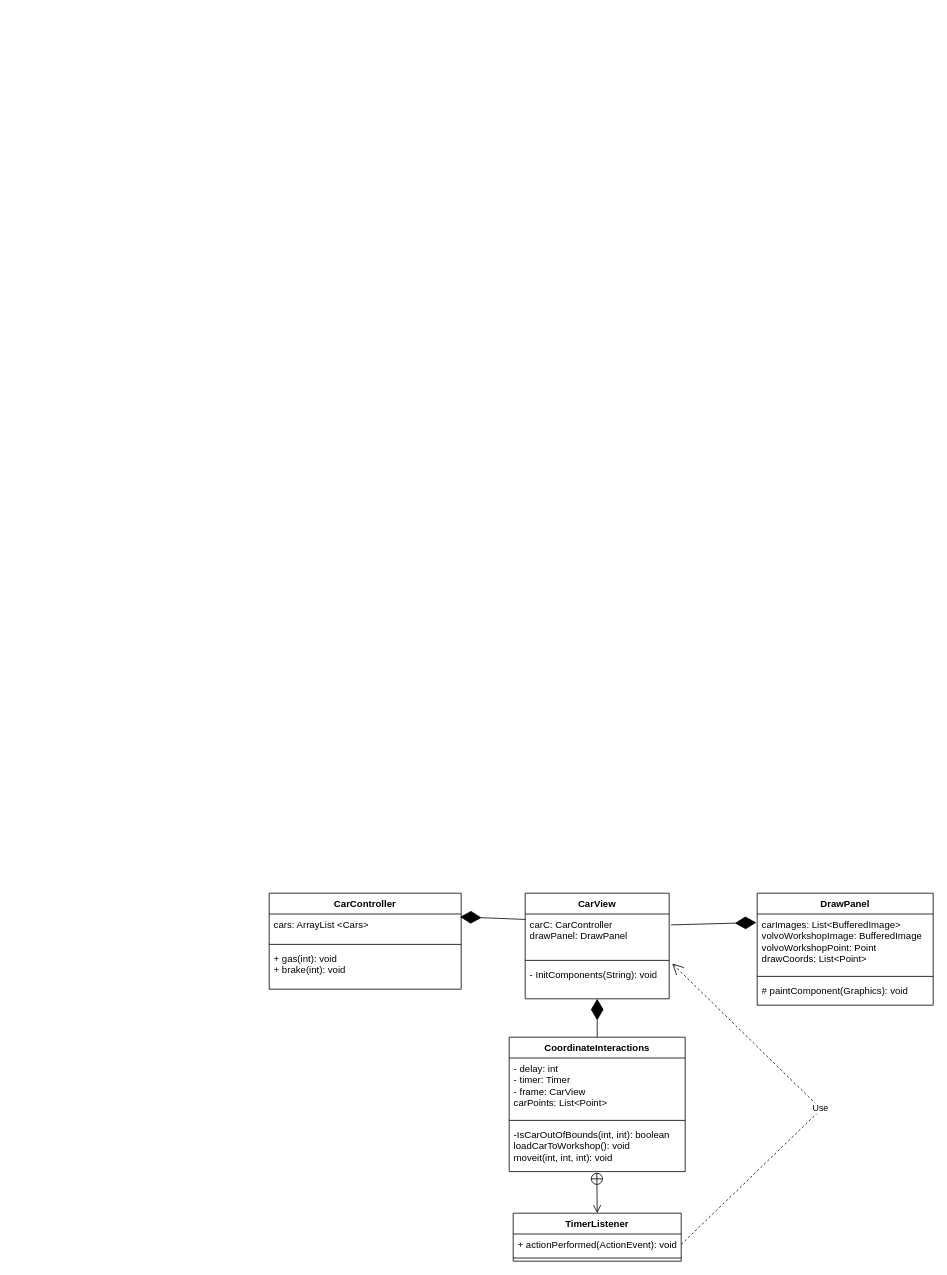
Earlier version of the draw.io diagram Untitled Diagram.drawio (SamuelBorlin/lab3-grupp-1). Source tidied: cells renumbered, new cells numbered last; positions are measured from the earlier drawing's top-left corner, leaving out a move shared by most shapes. Both pictures are drawn from the tidied source at 80%, with x=0, y=0 at pixel (269, 893).
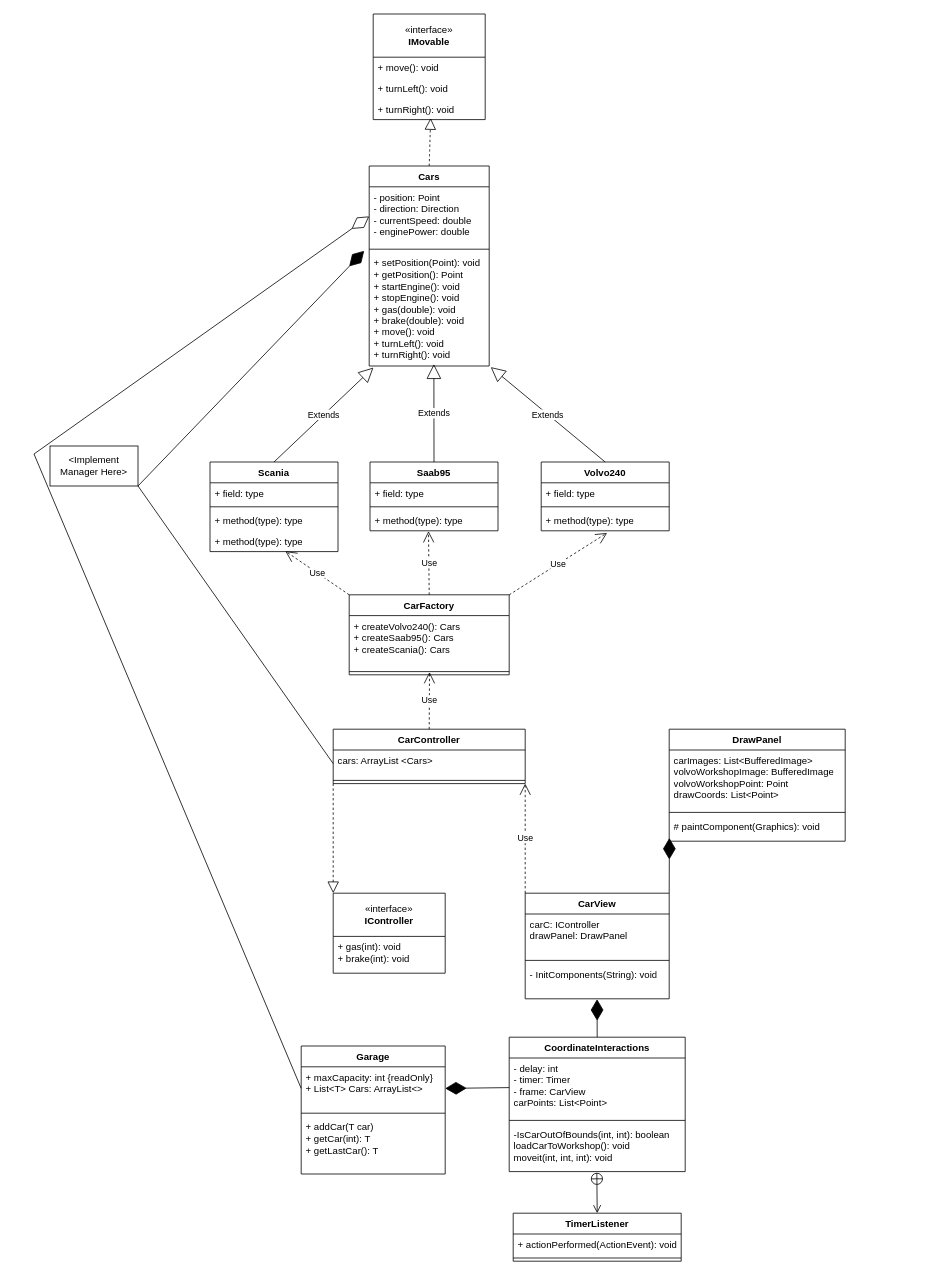
Above is the later version.

Unchanged cells that the change refers to:
```xml
<mxCell id="3" value="&lt;div&gt;cars: ArrayList &amp;lt;Cars&amp;gt;&lt;/div&gt;" style="text;strokeColor=none;fillColor=none;align=left;verticalAlign=top;spacingLeft=4;spacingRight=4;overflow=hidden;points=[[0,0.5],[1,0.5]];portConstraint=eastwest;whiteSpace=wrap;html=1;" parent="2" vertex="1">
  <mxGeometry y="26" width="240" height="34" as="geometry" />
</mxCell>
<mxCell id="6" value="CarView" style="swimlane;fontStyle=1;align=center;verticalAlign=top;horizontal=1;startSize=26;whiteSpace=wrap;html=1;" parent="1" vertex="1">
  <mxGeometry x="320" width="180" height="132" as="geometry" />
</mxCell>
<mxCell id="9" value="- InitComponents(String): void" style="text;strokeColor=none;fillColor=none;align=left;verticalAlign=top;spacingLeft=4;spacingRight=4;overflow=hidden;points=[[0,0.5],[1,0.5]];portConstraint=eastwest;whiteSpace=wrap;html=1;" parent="6" vertex="1">
  <mxGeometry y="88" width="180" height="44" as="geometry" />
</mxCell>
<mxCell id="11" value="&lt;div&gt;carImages: List&amp;lt;BufferedImage&amp;gt;&lt;/div&gt;&lt;div&gt;volvoWorkshopImage: BufferedImage&lt;/div&gt;&lt;div&gt;volvoWorkshopPoint: Point&lt;/div&gt;&lt;div&gt;drawCoords: List&amp;lt;Point&amp;gt;&lt;/div&gt;&lt;div&gt;&lt;br&gt;&lt;/div&gt;" style="text;strokeColor=none;fillColor=none;align=left;verticalAlign=top;spacingLeft=4;spacingRight=4;overflow=hidden;points=[[0,0.5],[1,0.5]];portConstraint=eastwest;whiteSpace=wrap;html=1;" parent="10" vertex="1">
  <mxGeometry y="26" width="220" height="74" as="geometry" />
</mxCell>
<mxCell id="13" value="&lt;div&gt;# paintComponent(Graphics): void&lt;/div&gt;" style="text;strokeColor=none;fillColor=none;align=left;verticalAlign=top;spacingLeft=4;spacingRight=4;overflow=hidden;points=[[0,0.5],[1,0.5]];portConstraint=eastwest;whiteSpace=wrap;html=1;" parent="10" vertex="1">
  <mxGeometry y="108" width="220" height="32" as="geometry" />
</mxCell>
<mxCell id="14" value="CoordinateInteractions" style="swimlane;fontStyle=1;align=center;verticalAlign=top;horizontal=1;startSize=26;whiteSpace=wrap;html=1;" parent="1" vertex="1">
  <mxGeometry x="300" y="180" width="220" height="168" as="geometry" />
</mxCell>
<mxCell id="15" value="&lt;div&gt;&lt;div&gt;- delay: int&lt;/div&gt;&lt;div&gt;- timer: Timer&lt;/div&gt;&lt;/div&gt;&lt;div&gt;- frame: CarView&lt;/div&gt;&lt;div&gt;carPoints: List&amp;lt;Point&amp;gt;&lt;/div&gt;" style="text;strokeColor=none;fillColor=none;align=left;verticalAlign=top;spacingLeft=4;spacingRight=4;overflow=hidden;points=[[0,0.5],[1,0.5]];portConstraint=eastwest;whiteSpace=wrap;html=1;" parent="14" vertex="1">
  <mxGeometry y="26" width="220" height="74" as="geometry" />
</mxCell>
<mxCell id="19" value="+ actionPerformed(ActionEvent): void" style="text;strokeColor=none;fillColor=none;align=left;verticalAlign=top;spacingLeft=4;spacingRight=4;overflow=hidden;points=[[0,0.5],[1,0.5]];portConstraint=eastwest;whiteSpace=wrap;html=1;" parent="18" vertex="1">
  <mxGeometry y="26" width="210" height="26" as="geometry" />
</mxCell>
```

The edit, as a diff of the source:
```diff
@@
     <mxCell id="2" value="CarController" style="swimlane;fontStyle=1;align=center;verticalAlign=top;horizontal=1;startSize=26;whiteSpace=wrap;html=1;" parent="1" vertex="1">
-      <mxGeometry width="240" height="120" as="geometry" />
+      <mxGeometry x="80" y="-205" width="240" height="68" as="geometry" />
     </mxCell>
@@
-    <mxCell id="5" value="&lt;div&gt;+ gas(int): void&lt;/div&gt;&lt;div&gt;+ brake(int): void&lt;/div&gt;" style="text;strokeColor=none;fillColor=none;align=left;verticalAlign=top;spacingLeft=4;spacingRight=4;overflow=hidden;whiteSpace=wrap;html=1;" parent="2" vertex="1">
-      <mxGeometry y="68" width="240" height="52" as="geometry" />
-    </mxCell>
@@
-    <mxCell id="7" value="&lt;div&gt;carC: CarController&lt;/div&gt;&lt;div&gt;drawPanel: DrawPanel&lt;/div&gt;" style="text;strokeColor=none;fillColor=none;align=left;verticalAlign=top;spacingLeft=4;spacingRight=4;overflow=hidden;points=[[0,0.5],[1,0.5]];portConstraint=eastwest;whiteSpace=wrap;html=1;" parent="6" vertex="1">
+    <mxCell id="7" value="&lt;div&gt;carC: IController&lt;/div&gt;&lt;div&gt;drawPanel: DrawPanel&lt;/div&gt;" style="text;strokeColor=none;fillColor=none;align=left;verticalAlign=top;spacingLeft=4;spacingRight=4;overflow=hidden;points=[[0,0.5],[1,0.5]];portConstraint=eastwest;whiteSpace=wrap;html=1;" parent="6" vertex="1">
       <mxGeometry y="26" width="180" height="54" as="geometry" />
     </mxCell>
@@
     <mxCell id="10" value="DrawPanel" style="swimlane;fontStyle=1;align=center;verticalAlign=top;horizontal=1;startSize=26;whiteSpace=wrap;html=1;" parent="1" vertex="1">
-      <mxGeometry x="610" width="220" height="140" as="geometry" />
+      <mxGeometry x="500" y="-205" width="220" height="140" as="geometry" />
     </mxCell>
@@
-    <mxCell id="22" style="endArrow=diamondThin;endFill=1;endSize=24;html=1;rounded=0;exitX=0.002;exitY=0.126;exitDx=0;exitDy=0;exitPerimeter=0;entryX=0.994;entryY=0.105;entryDx=0;entryDy=0;entryPerimeter=0;" parent="1" edge="1" source="7" target="3">
-      <mxGeometry relative="1" as="geometry" />
-    </mxCell>
-    <mxCell id="23" style="endArrow=diamondThin;endFill=1;endSize=24;html=1;rounded=0;exitX=0.5;exitY=0;exitDx=0;exitDy=0;" parent="1" edge="1" source="14" target="9">
+    <mxCell id="23" style="endArrow=diamondThin;endFill=1;endSize=24;html=1;rounded=0;exitX=0.5;exitY=0;exitDx=0;exitDy=0;entryX=0.499;entryY=1.011;entryDx=0;entryDy=0;entryPerimeter=0;" parent="1" edge="1" source="14" target="9">
       <mxGeometry relative="1" as="geometry" />
     </mxCell>
-    <mxCell id="24" style="endArrow=diamondThin;endFill=1;endSize=24;html=1;rounded=0;entryX=-0.005;entryY=0.145;entryDx=0;entryDy=0;entryPerimeter=0;exitX=1.013;exitY=0.252;exitDx=0;exitDy=0;exitPerimeter=0;" parent="1" edge="1" source="7" target="11">
+    <mxCell id="24" style="endArrow=diamondThin;endFill=1;endSize=24;html=1;rounded=0;entryX=0.001;entryY=0.875;entryDx=0;entryDy=0;exitX=1;exitY=0;exitDx=0;exitDy=0;entryPerimeter=0;" parent="1" edge="1" source="6" target="13">
       <mxGeometry relative="1" as="geometry" />
     </mxCell>
-    <mxCell id="25" value="Use" style="endArrow=open;endSize=12;dashed=1;html=1;rounded=0;exitX=1;exitY=0.5;exitDx=0;exitDy=0;entryX=1.021;entryY=-0.004;entryDx=0;entryDy=0;entryPerimeter=0;" parent="1" edge="1" source="19" target="9">
-      <mxGeometry x="-0.03" relative="1" as="geometry">
-        <Array as="points">
-          <mxPoint x="690" y="270" />
-        </Array>
-      </mxGeometry>
-    </mxCell>
+    <mxCell id="26" value="CarFactory" style="swimlane;fontStyle=1;align=center;verticalAlign=top;horizontal=1;startSize=26;whiteSpace=wrap;html=1;" parent="1" vertex="1">
+      <mxGeometry x="100" y="-373" width="200" height="100" as="geometry" />
+    </mxCell>
+    <mxCell id="27" value="&lt;div&gt;+ createVolvo240(): Cars&lt;/div&gt;&lt;div&gt;+ createSaab95(): Cars&lt;/div&gt;&lt;div&gt;+ createScania(): Cars&lt;/div&gt;&lt;div&gt;&lt;br&gt;&lt;/div&gt;" style="text;strokeColor=none;fillColor=none;align=left;verticalAlign=top;spacingLeft=4;spacingRight=4;overflow=hidden;whiteSpace=wrap;html=1;" parent="26" vertex="1">
+      <mxGeometry y="26" width="200" height="66" as="geometry" />
+    </mxCell>
+    <mxCell id="28" style="line;strokeWidth=1;fillColor=none;align=left;verticalAlign=middle;spacingTop=-1;spacingLeft=3;spacingRight=3;labelPosition=right;points=[];portConstraint=eastwest;strokeColor=inherit;" parent="26" vertex="1">
+      <mxGeometry y="92" width="200" height="8" as="geometry" />
+    </mxCell>
+    <mxCell id="29" value="Use" style="endArrow=open;endSize=12;dashed=1;html=1;rounded=0;exitX=0.5;exitY=0;exitDx=0;exitDy=0;entryX=0.457;entryY=1.017;entryDx=0;entryDy=0;entryPerimeter=0;" parent="1" edge="1" source="26" target="37">
+      <mxGeometry relative="1" as="geometry" />
+    </mxCell>
+    <mxCell id="30" value="Volvo240" style="swimlane;fontStyle=1;align=center;verticalAlign=top;horizontal=1;startSize=26;whiteSpace=wrap;html=1;" parent="1" vertex="1">
+      <mxGeometry x="340" y="-539" width="160" height="86" as="geometry" />
+    </mxCell>
+    <mxCell id="31" value="+ field: type" style="text;strokeColor=none;fillColor=none;align=left;verticalAlign=top;spacingLeft=4;spacingRight=4;overflow=hidden;whiteSpace=wrap;html=1;" parent="30" vertex="1">
+      <mxGeometry y="26" width="160" height="26" as="geometry" />
+    </mxCell>
+    <mxCell id="32" style="line;strokeWidth=1;fillColor=none;align=left;verticalAlign=middle;spacingTop=-1;spacingLeft=3;spacingRight=3;labelPosition=right;strokeColor=inherit;" parent="30" vertex="1">
+      <mxGeometry y="52" width="160" height="8" as="geometry" />
+    </mxCell>
+    <mxCell id="33" value="+ method(type): type" style="text;strokeColor=none;fillColor=none;align=left;verticalAlign=top;spacingLeft=4;spacingRight=4;overflow=hidden;points=[[0,0.5],[1,0.5]];portConstraint=eastwest;whiteSpace=wrap;html=1;" parent="30" vertex="1">
+      <mxGeometry y="60" width="160" height="26" as="geometry" />
+    </mxCell>
+    <mxCell id="34" value="Saab95" style="swimlane;fontStyle=1;align=center;verticalAlign=top;horizontal=1;startSize=26;whiteSpace=wrap;html=1;" parent="1" vertex="1">
+      <mxGeometry x="126" y="-539" width="160" height="86" as="geometry" />
+    </mxCell>
+    <mxCell id="35" value="+ field: type" style="text;strokeColor=none;fillColor=none;align=left;verticalAlign=top;spacingLeft=4;spacingRight=4;overflow=hidden;whiteSpace=wrap;html=1;" parent="34" vertex="1">
+      <mxGeometry y="26" width="160" height="26" as="geometry" />
+    </mxCell>
+    <mxCell id="36" style="line;strokeWidth=1;fillColor=none;align=left;verticalAlign=middle;spacingTop=-1;spacingLeft=3;spacingRight=3;labelPosition=right;strokeColor=inherit;" parent="34" vertex="1">
+      <mxGeometry y="52" width="160" height="8" as="geometry" />
+    </mxCell>
+    <mxCell id="37" value="+ method(type): type" style="text;strokeColor=none;fillColor=none;align=left;verticalAlign=top;spacingLeft=4;spacingRight=4;overflow=hidden;points=[[0,0.5],[1,0.5]];portConstraint=eastwest;whiteSpace=wrap;html=1;" parent="34" vertex="1">
+      <mxGeometry y="60" width="160" height="26" as="geometry" />
+    </mxCell>
+    <mxCell id="38" value="Scania" style="swimlane;fontStyle=1;align=center;verticalAlign=top;horizontal=1;startSize=26;whiteSpace=wrap;html=1;" parent="1" vertex="1">
+      <mxGeometry x="-74" y="-539" width="160" height="112" as="geometry" />
+    </mxCell>
+    <mxCell id="39" value="+ field: type" style="text;strokeColor=none;fillColor=none;align=left;verticalAlign=top;spacingLeft=4;spacingRight=4;overflow=hidden;whiteSpace=wrap;html=1;" parent="38" vertex="1">
+      <mxGeometry y="26" width="160" height="26" as="geometry" />
+    </mxCell>
+    <mxCell id="40" style="line;strokeWidth=1;fillColor=none;align=left;verticalAlign=middle;spacingTop=-1;spacingLeft=3;spacingRight=3;labelPosition=right;strokeColor=inherit;" parent="38" vertex="1">
+      <mxGeometry y="52" width="160" height="8" as="geometry" />
+    </mxCell>
+    <mxCell id="41" value="+ method(type): type" style="text;strokeColor=none;fillColor=none;align=left;verticalAlign=top;spacingLeft=4;spacingRight=4;overflow=hidden;whiteSpace=wrap;html=1;" parent="38" vertex="1">
+      <mxGeometry y="60" width="160" height="26" as="geometry" />
+    </mxCell>
+    <mxCell id="42" value="+ method(type): type" style="text;strokeColor=none;fillColor=none;align=left;verticalAlign=top;spacingLeft=4;spacingRight=4;overflow=hidden;points=[[0,0.5],[1,0.5]];portConstraint=eastwest;whiteSpace=wrap;html=1;" parent="38" vertex="1">
+      <mxGeometry y="86" width="160" height="26" as="geometry" />
+    </mxCell>
+    <mxCell id="43" value="Use" style="endArrow=open;endSize=12;dashed=1;html=1;rounded=0;entryX=0.589;entryY=0.979;entryDx=0;entryDy=0;exitX=0;exitY=0;exitDx=0;exitDy=0;entryPerimeter=0;" parent="1" edge="1" source="26" target="42">
+      <mxGeometry relative="1" as="geometry" />
+    </mxCell>
+    <mxCell id="44" value="Use" style="endArrow=open;endSize=12;dashed=1;html=1;rounded=0;exitX=0.5;exitY=0;exitDx=0;exitDy=0;entryX=0.502;entryY=0.575;entryDx=0;entryDy=0;entryPerimeter=0;" parent="1" edge="1" source="2" target="28">
+      <mxGeometry relative="1" as="geometry" />
+    </mxCell>
+    <mxCell id="45" value="Use" style="endArrow=open;endSize=12;dashed=1;html=1;rounded=0;exitX=1;exitY=0;exitDx=0;exitDy=0;entryX=0.515;entryY=1.103;entryDx=0;entryDy=0;entryPerimeter=0;" parent="1" edge="1" source="26" target="33">
+      <mxGeometry relative="1" as="geometry" />
+    </mxCell>
+    <mxCell id="46" value="Cars" style="swimlane;fontStyle=1;align=center;verticalAlign=top;horizontal=1;startSize=26;whiteSpace=wrap;html=1;" parent="1" vertex="1">
+      <mxGeometry x="125" y="-909" width="150" height="250" as="geometry" />
+    </mxCell>
+    <mxCell id="47" value="- position: Point&lt;div&gt;- direction: Direction&lt;/div&gt;&lt;div&gt;- currentSpeed: double&lt;/div&gt;&lt;div&gt;- enginePower: double&lt;/div&gt;" style="text;strokeColor=none;fillColor=none;align=left;verticalAlign=top;spacingLeft=4;spacingRight=4;overflow=hidden;points=[[0,0.5],[1,0.5]];portConstraint=eastwest;whiteSpace=wrap;html=1;" parent="46" vertex="1">
+      <mxGeometry y="26" width="150" height="74" as="geometry" />
+    </mxCell>
+    <mxCell id="48" style="line;strokeWidth=1;fillColor=none;align=left;verticalAlign=middle;spacingTop=-1;spacingLeft=3;spacingRight=3;labelPosition=right;strokeColor=inherit;" parent="46" vertex="1">
+      <mxGeometry y="100" width="150" height="8" as="geometry" />
+    </mxCell>
+    <mxCell id="49" value="+ setPosition(Point): void&lt;div&gt;+ getPosition(): Point&lt;/div&gt;&lt;div&gt;+ startEngine(): void&lt;/div&gt;&lt;div&gt;+ stopEngine(): void&lt;/div&gt;&lt;div&gt;+ gas(double): void&lt;/div&gt;&lt;div&gt;+ brake(double): void&lt;/div&gt;&lt;div&gt;+ move(): void&lt;/div&gt;&lt;div&gt;+ turnLeft(): void&lt;/div&gt;&lt;div&gt;+ turnRight(): void&lt;/div&gt;&lt;div&gt;&lt;br&gt;&lt;/div&gt;&lt;div&gt;&lt;div&gt;&lt;br&gt;&lt;/div&gt;&lt;div&gt;&lt;br&gt;&lt;/div&gt;&lt;div&gt;&lt;br&gt;&lt;br&gt;&lt;/div&gt;&lt;/div&gt;" style="text;strokeColor=none;fillColor=none;align=left;verticalAlign=top;spacingLeft=4;spacingRight=4;overflow=hidden;points=[[0,0.5],[1,0.5]];portConstraint=eastwest;whiteSpace=wrap;html=1;" parent="46" vertex="1">
+      <mxGeometry y="108" width="150" height="142" as="geometry" />
+    </mxCell>
+    <mxCell id="50" value="Extends" style="endArrow=block;endSize=16;endFill=0;html=1;rounded=0;exitX=0.5;exitY=0;exitDx=0;exitDy=0;entryX=0.539;entryY=0.983;entryDx=0;entryDy=0;entryPerimeter=0;" parent="1" edge="1" source="34" target="49">
+      <mxGeometry relative="1" as="geometry" />
+    </mxCell>
+    <mxCell id="51" value="Extends" style="endArrow=block;endSize=16;endFill=0;html=1;rounded=0;exitX=0.5;exitY=0;exitDx=0;exitDy=0;entryX=0.035;entryY=1.014;entryDx=0;entryDy=0;entryPerimeter=0;" parent="1" edge="1" source="38" target="49">
+      <mxGeometry relative="1" as="geometry" />
+    </mxCell>
+    <mxCell id="52" value="Extends" style="endArrow=block;endSize=16;endFill=0;html=1;rounded=0;exitX=0.5;exitY=0;exitDx=0;exitDy=0;entryX=1.013;entryY=1.01;entryDx=0;entryDy=0;entryPerimeter=0;" parent="1" edge="1" source="30" target="49">
+      <mxGeometry relative="1" as="geometry" />
+    </mxCell>
+    <mxCell id="53" value="«interface»&lt;br&gt;&lt;b&gt;IMovable&lt;/b&gt;" style="swimlane;fontStyle=0;horizontal=1;startSize=54;fillColor=none;whiteSpace=wrap;html=1;" parent="1" vertex="1">
+      <mxGeometry x="130" y="-1099" width="140" height="132" as="geometry" />
+    </mxCell>
+    <mxCell id="54" value="+ move(): void" style="text;strokeColor=none;fillColor=none;align=left;verticalAlign=top;spacingLeft=4;spacingRight=4;overflow=hidden;whiteSpace=wrap;html=1;" parent="53" vertex="1">
+      <mxGeometry y="54" width="140" height="26" as="geometry" />
+    </mxCell>
+    <mxCell id="55" value="+ turnLeft(): void" style="text;strokeColor=none;fillColor=none;align=left;verticalAlign=top;spacingLeft=4;spacingRight=4;overflow=hidden;whiteSpace=wrap;html=1;" parent="53" vertex="1">
+      <mxGeometry y="80" width="140" height="26" as="geometry" />
+    </mxCell>
+    <mxCell id="56" value="+ turnRight(): void" style="text;strokeColor=none;fillColor=none;align=left;verticalAlign=top;spacingLeft=4;spacingRight=4;overflow=hidden;points=[[0,0.5],[1,0.5]];portConstraint=eastwest;whiteSpace=wrap;html=1;" parent="53" vertex="1">
+      <mxGeometry y="106" width="140" height="26" as="geometry" />
+    </mxCell>
+    <mxCell id="57" style="endArrow=block;dashed=1;endFill=0;endSize=12;html=1;rounded=0;fontSize=12;curved=1;entryX=0.513;entryY=0.928;entryDx=0;entryDy=0;entryPerimeter=0;exitX=0.5;exitY=0;exitDx=0;exitDy=0;" parent="1" edge="1" source="46" target="56">
+      <mxGeometry relative="1" as="geometry" />
+    </mxCell>
+    <mxCell id="58" value="«interface»&lt;br&gt;&lt;b&gt;IController&lt;/b&gt;" style="swimlane;fontStyle=0;horizontal=1;startSize=54;fillColor=none;whiteSpace=wrap;html=1;" parent="1" vertex="1">
+      <mxGeometry x="80" width="140" height="100" as="geometry" />
+    </mxCell>
+    <mxCell id="5" value="&lt;div&gt;+ gas(int): void&lt;/div&gt;&lt;div&gt;+ brake(int): void&lt;/div&gt;" style="text;strokeColor=none;fillColor=none;align=left;verticalAlign=top;spacingLeft=4;spacingRight=4;overflow=hidden;whiteSpace=wrap;html=1;" parent="58" vertex="1">
+      <mxGeometry y="54" width="140" height="46" as="geometry" />
+    </mxCell>
+    <mxCell id="59" style="endArrow=block;dashed=1;endFill=0;endSize=12;html=1;rounded=0;entryX=0;entryY=0;entryDx=0;entryDy=0;exitX=0;exitY=1;exitDx=0;exitDy=0;" parent="1" edge="1" source="2" target="58">
+      <mxGeometry relative="1" as="geometry" />
+    </mxCell>
+    <mxCell id="60" value="Use" style="endArrow=open;endSize=12;dashed=1;html=1;rounded=0;entryX=1;entryY=1;entryDx=0;entryDy=0;exitX=0;exitY=0;exitDx=0;exitDy=0;" parent="1" edge="1" source="6" target="2">
+      <mxGeometry relative="1" as="geometry" />
+    </mxCell>
+    <mxCell id="61" value="Garage" style="swimlane;fontStyle=1;align=center;verticalAlign=top;horizontal=1;startSize=26;whiteSpace=wrap;html=1;" parent="1" vertex="1">
+      <mxGeometry x="40" y="191" width="180" height="160" as="geometry" />
+    </mxCell>
+    <mxCell id="62" value="&lt;div&gt;+ maxCapacity: int {readOnly}&lt;/div&gt;&lt;div&gt;+ List&amp;lt;T&amp;gt; Cars: ArrayList&amp;lt;&amp;gt;&lt;/div&gt;" style="text;strokeColor=none;fillColor=none;align=left;verticalAlign=top;spacingLeft=4;spacingRight=4;overflow=hidden;points=[[0,0.5],[1,0.5]];portConstraint=eastwest;whiteSpace=wrap;html=1;" parent="61" vertex="1">
+      <mxGeometry y="26" width="180" height="54" as="geometry" />
+    </mxCell>
+    <mxCell id="63" style="line;strokeWidth=1;fillColor=none;align=left;verticalAlign=middle;spacingTop=-1;spacingLeft=3;spacingRight=3;labelPosition=right;strokeColor=inherit;" parent="61" vertex="1">
+      <mxGeometry y="80" width="180" height="8" as="geometry" />
+    </mxCell>
+    <mxCell id="64" value="&lt;div&gt;+ addCar(T car)&lt;/div&gt;&lt;div&gt;+ getCar(int): T&lt;/div&gt;&lt;div&gt;+ getLastCar(): T &lt;/div&gt;" style="text;strokeColor=none;fillColor=none;align=left;verticalAlign=top;spacingLeft=4;spacingRight=4;overflow=hidden;whiteSpace=wrap;html=1;" parent="61" vertex="1">
+      <mxGeometry y="88" width="180" height="72" as="geometry" />
+    </mxCell>
+    <mxCell id="65" style="endArrow=diamondThin;endFill=1;endSize=24;html=1;rounded=0;entryX=1;entryY=0.5;entryDx=0;entryDy=0;exitX=0;exitY=0.5;exitDx=0;exitDy=0;" parent="1" edge="1" source="15" target="62">
+      <mxGeometry relative="1" as="geometry" />
+    </mxCell>
+    <mxCell id="66" style="endArrow=diamondThin;endFill=1;endSize=24;html=1;rounded=0;exitX=0;exitY=0.5;exitDx=0;exitDy=0;entryX=-0.042;entryY=-0.014;entryDx=0;entryDy=0;entryPerimeter=0;" parent="1" edge="1" source="3" target="49">
+      <mxGeometry relative="1" as="geometry">
+        <Array as="points">
+          <mxPoint x="-164" y="-509" />
+        </Array>
+      </mxGeometry>
+    </mxCell>
+    <mxCell id="67" style="endArrow=diamondThin;endFill=0;endSize=24;html=1;rounded=0;exitX=0;exitY=0.5;exitDx=0;exitDy=0;entryX=0;entryY=0.5;entryDx=0;entryDy=0;" parent="1" edge="1" source="62" target="47">
+      <mxGeometry relative="1" as="geometry">
+        <Array as="points">
+          <mxPoint x="-294" y="-549" />
+        </Array>
+      </mxGeometry>
+    </mxCell>
+    <mxCell id="68" value="&amp;lt;Implement Manager Here&amp;gt;" style="html=1;whiteSpace=wrap;" parent="1" vertex="1">
+      <mxGeometry x="-274" y="-559" width="110" height="50" as="geometry" />
+    </mxCell>
```
